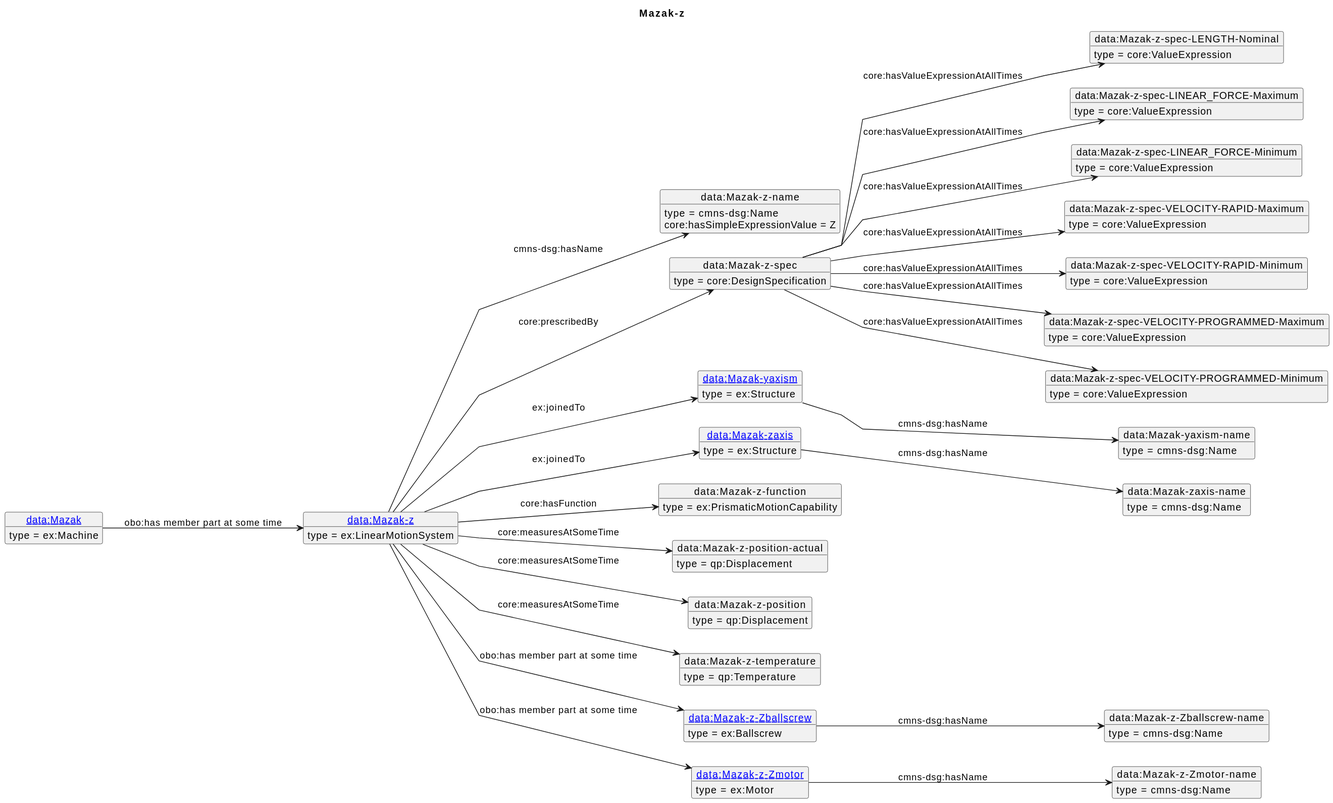
Before: diagrams/Mazak-z.svg, a diagram exported from PlantUML (iofoundry/example-syseng-mtconnect). The source it was exported from:
```plantuml
@startuml
skinparam linetype polyline
left to right direction
title Mazak-z
object "[[./Mazak-z.html data:Mazak-z]]" as o1 {
 type = ex:LinearMotionSystem
 }
object "data:Mazak-z-name" as o2 {
 type = cmns-dsg:Name
 }
object "data:Mazak-z-spec" as o3 {
 type = core:DesignSpecification
 }
object "data:Mazak-z-spec-LENGTH-Nominal" as o4 {
 type = core:ValueExpression
 }
object "data:Mazak-z-spec-LINEAR_FORCE-Maximum" as o5 {
 type = core:ValueExpression
 }
object "data:Mazak-z-spec-LINEAR_FORCE-Minimum" as o6 {
 type = core:ValueExpression
 }
object "data:Mazak-z-spec-VELOCITY-RAPID-Maximum" as o7 {
 type = core:ValueExpression
 }
object "data:Mazak-z-spec-VELOCITY-RAPID-Minimum" as o8 {
 type = core:ValueExpression
 }
object "data:Mazak-z-spec-VELOCITY-PROGRAMMED-Maximum" as o9 {
 type = core:ValueExpression
 }
object "data:Mazak-z-spec-VELOCITY-PROGRAMMED-Minimum" as o10 {
 type = core:ValueExpression
 }
object "[[./Mazak-yaxism.html data:Mazak-yaxism]]" as o11 {
 type = ex:Structure
 }
object "data:Mazak-yaxism-name" as o12 {
 type = cmns-dsg:Name
 }
object "[[./Mazak-zaxis.html data:Mazak-zaxis]]" as o13 {
 type = ex:Structure
 }
object "data:Mazak-zaxis-name" as o14 {
 type = cmns-dsg:Name
 }
object "data:Mazak-z-function" as o15 {
 type = ex:PrismaticMotionCapability
 }
object "data:Mazak-z-position-actual" as o16 {
 type = qp:Displacement
 }
object "data:Mazak-z-position" as o17 {
 type = qp:Displacement
 }
object "data:Mazak-z-temperature" as o18 {
 type = qp:Temperature
 }
object "[[./Mazak-z-Zballscrew.html data:Mazak-z-Zballscrew]]" as o19 {
 type = ex:Ballscrew
 }
object "data:Mazak-z-Zballscrew-name" as o20 {
 type = cmns-dsg:Name
 }
object "[[./Mazak-z-Zmotor.html data:Mazak-z-Zmotor]]" as o21 {
 type = ex:Motor
 }
object "data:Mazak-z-Zmotor-name" as o22 {
 type = cmns-dsg:Name
 }
object "[[./Mazak.html data:Mazak]]" as o23 {
 type = ex:Machine
 }
o1 --> o2 : cmns-dsg:hasName
o2 : core:hasSimpleExpressionValue = Z
o1 --> o3 : core:prescribedBy
o3 --> o4 : core:hasValueExpressionAtAllTimes
o3 --> o5 : core:hasValueExpressionAtAllTimes
o3 --> o6 : core:hasValueExpressionAtAllTimes
o3 --> o7 : core:hasValueExpressionAtAllTimes
o3 --> o8 : core:hasValueExpressionAtAllTimes
o3 --> o9 : core:hasValueExpressionAtAllTimes
o3 --> o10 : core:hasValueExpressionAtAllTimes
o1 --> o11 : ex:joinedTo
o11 --> o12 : cmns-dsg:hasName
o1 --> o13 : ex:joinedTo
o13 --> o14 : cmns-dsg:hasName
o1 --> o15 : core:hasFunction
o1 --> o16 : core:measuresAtSomeTime
o1 --> o17 : core:measuresAtSomeTime
o1 --> o18 : core:measuresAtSomeTime
o1 --> o19 : obo:has member part at some time
o19 --> o20 : cmns-dsg:hasName
o1 --> o21 : obo:has member part at some time
o21 --> o22 : cmns-dsg:hasName
o23 --> o1 : obo:has member part at some time
@enduml
```
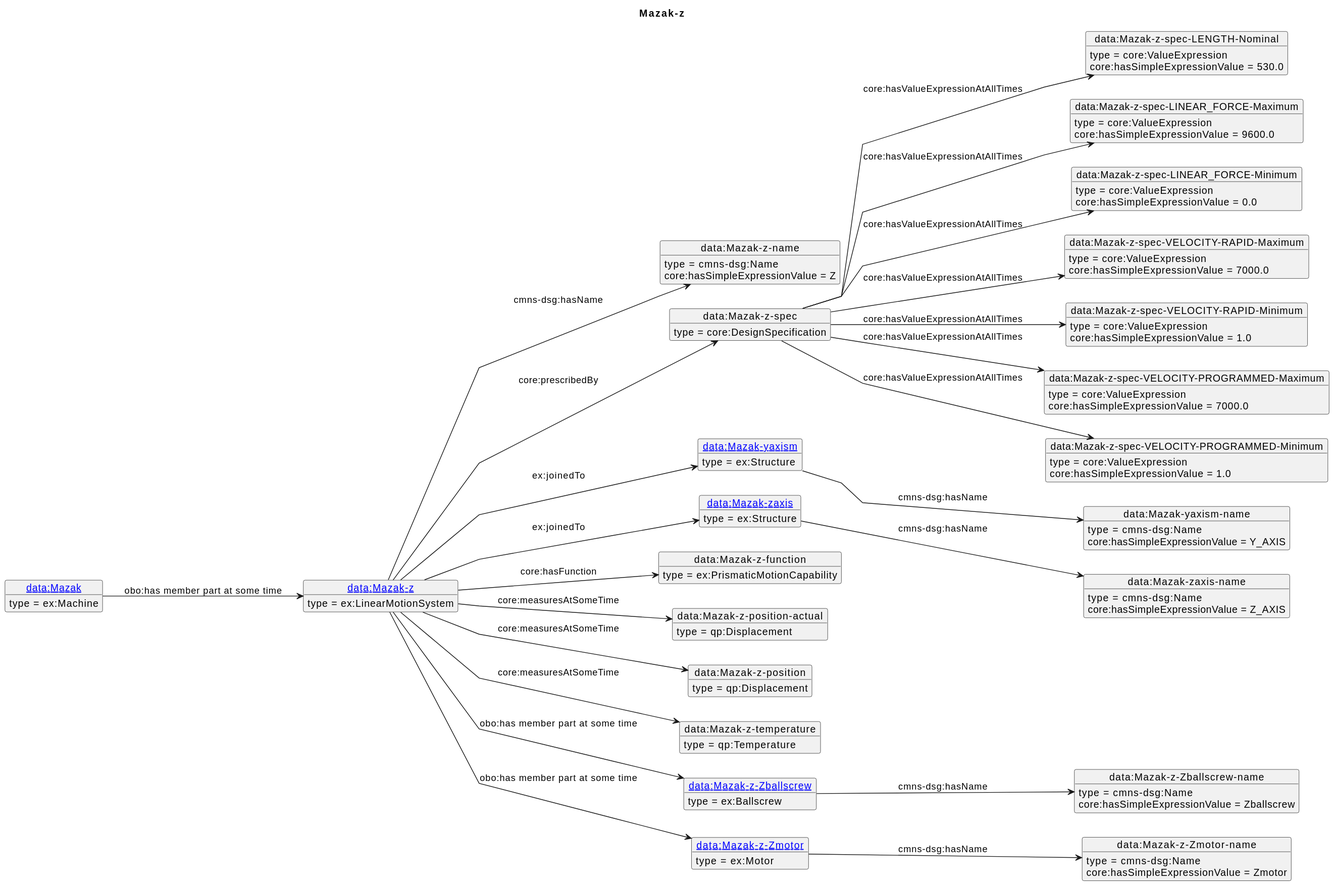
After the commit.

What changed in the source:
```diff
@@ -75,23 +75,34 @@
 o2 : core:hasSimpleExpressionValue = Z
 o1 --> o3 : core:prescribedBy
 o3 --> o4 : core:hasValueExpressionAtAllTimes
+o4 : core:hasSimpleExpressionValue = 530.0
 o3 --> o5 : core:hasValueExpressionAtAllTimes
+o5 : core:hasSimpleExpressionValue = 9600.0
 o3 --> o6 : core:hasValueExpressionAtAllTimes
+o6 : core:hasSimpleExpressionValue = 0.0
 o3 --> o7 : core:hasValueExpressionAtAllTimes
+o7 : core:hasSimpleExpressionValue = 7000.0
 o3 --> o8 : core:hasValueExpressionAtAllTimes
+o8 : core:hasSimpleExpressionValue = 1.0
 o3 --> o9 : core:hasValueExpressionAtAllTimes
+o9 : core:hasSimpleExpressionValue = 7000.0
 o3 --> o10 : core:hasValueExpressionAtAllTimes
+o10 : core:hasSimpleExpressionValue = 1.0
 o1 --> o11 : ex:joinedTo
 o11 --> o12 : cmns-dsg:hasName
+o12 : core:hasSimpleExpressionValue = Y_AXIS
 o1 --> o13 : ex:joinedTo
 o13 --> o14 : cmns-dsg:hasName
+o14 : core:hasSimpleExpressionValue = Z_AXIS
 o1 --> o15 : core:hasFunction
 o1 --> o16 : core:measuresAtSomeTime
 o1 --> o17 : core:measuresAtSomeTime
 o1 --> o18 : core:measuresAtSomeTime
 o1 --> o19 : obo:has member part at some time
 o19 --> o20 : cmns-dsg:hasName
+o20 : core:hasSimpleExpressionValue = Zballscrew
 o1 --> o21 : obo:has member part at some time
 o21 --> o22 : cmns-dsg:hasName
+o22 : core:hasSimpleExpressionValue = Zmotor
 o23 --> o1 : obo:has member part at some time
 @enduml
```
